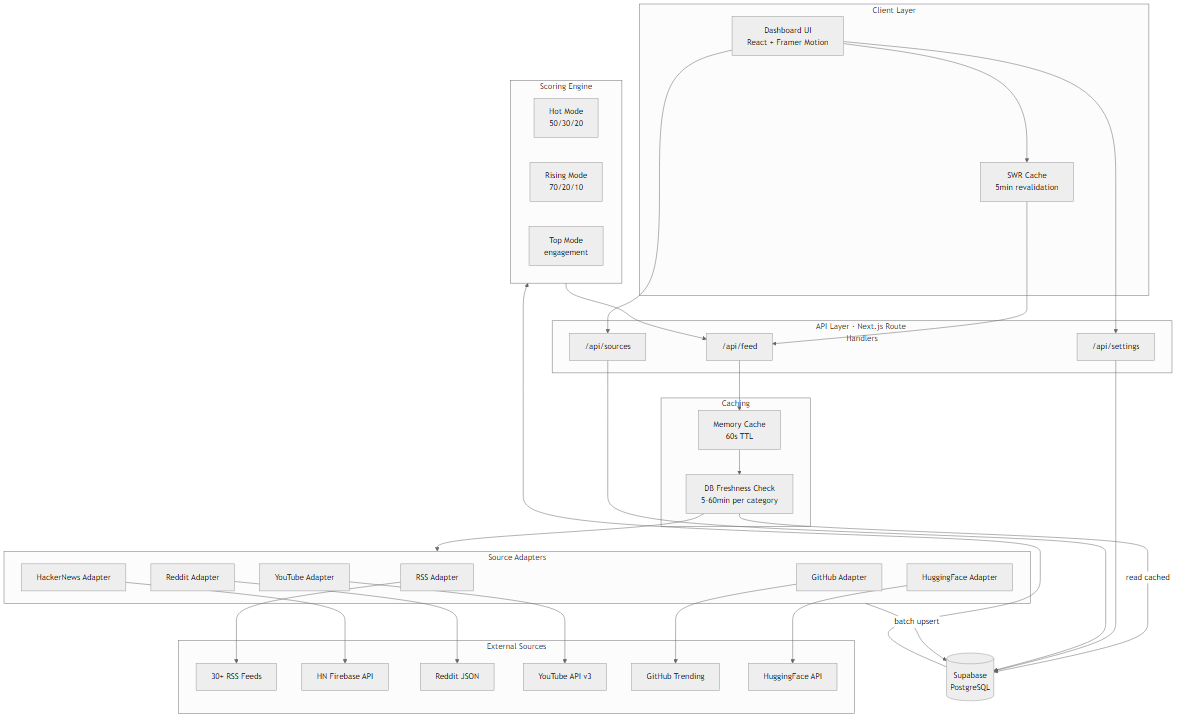
yairbederman/AI-Trends-Dashboard keeps this Mermaid diagram as docs/architecture.png. Above is the earlier version. Its source is kept beside it as docs/architecture.mmd. Its diagram source:
```mermaid
flowchart TD
    subgraph Client["Client Layer"]
        UI[Dashboard UI<br/>React + Framer Motion]
        SWR[SWR Cache<br/>5min revalidation]
    end

    subgraph API["API Layer · Next.js Route Handlers"]
        Feed["/api/feed"]
        Settings["/api/settings"]
        Sources["/api/sources"]
    end

    subgraph Cache["Caching"]
        MemCache[Memory Cache<br/>60s TTL]
        DBCache[DB Freshness Check<br/>5–60min per category]
    end

    subgraph Adapters["Source Adapters"]
        RSS[RSS Adapter]
        HN[HackerNews Adapter]
        Reddit[Reddit Adapter]
        YT[YouTube Adapter]
        GH[GitHub Adapter]
        HF[HuggingFace Adapter]
    end

    subgraph Scoring["Scoring Engine"]
        Hot[Hot Mode<br/>50/30/20]
        Rising[Rising Mode<br/>70/20/10]
        Top[Top Mode<br/>engagement]
    end

    subgraph External["External Sources"]
        RSSFeeds[30+ RSS Feeds]
        HNAPI[HN Firebase API]
        RedditJSON[Reddit JSON]
        YTAPI[YouTube API v3]
        GHTrending[GitHub Trending]
        HFAPI[HuggingFace API]
    end

    DB[(Supabase<br/>PostgreSQL)]

    UI --> SWR
    SWR --> Feed
    UI --> Settings
    UI --> Sources

    Feed --> MemCache
    MemCache --> DBCache
    DBCache --> Adapters

    RSS --> RSSFeeds
    HN --> HNAPI
    Reddit --> RedditJSON
    YT --> YTAPI
    GH --> GHTrending
    HF --> HFAPI

    Adapters -->|batch upsert| DB
    DBCache -->|read cached| DB
    Settings --> DB
    Sources --> DB

    DB --> Scoring
    Scoring --> Feed
```
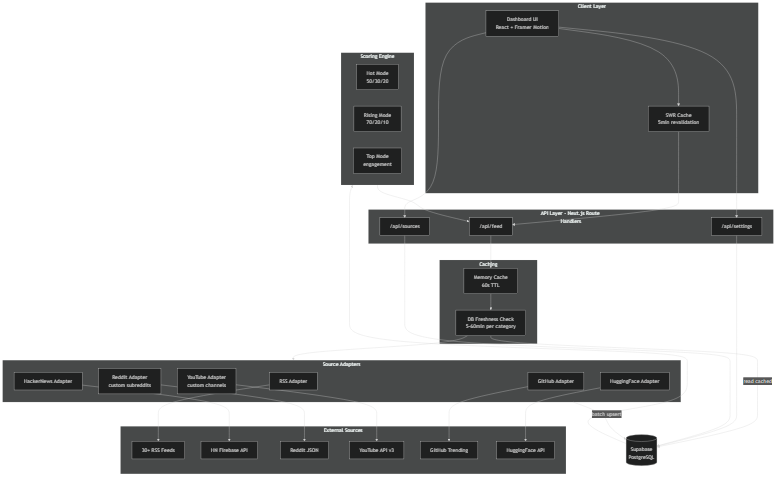
After the change.

Commit message:
Add user-configurable subreddits (mirrors YouTube channels pattern)

Change to the diagram source:
```diff
@@ -18,8 +18,8 @@
     subgraph Adapters["Source Adapters"]
         RSS[RSS Adapter]
         HN[HackerNews Adapter]
-        Reddit[Reddit Adapter]
-        YT[YouTube Adapter]
+        Reddit[Reddit Adapter<br/>custom subreddits]
+        YT[YouTube Adapter<br/>custom channels]
         GH[GitHub Adapter]
         HF[HuggingFace Adapter]
     end
```
